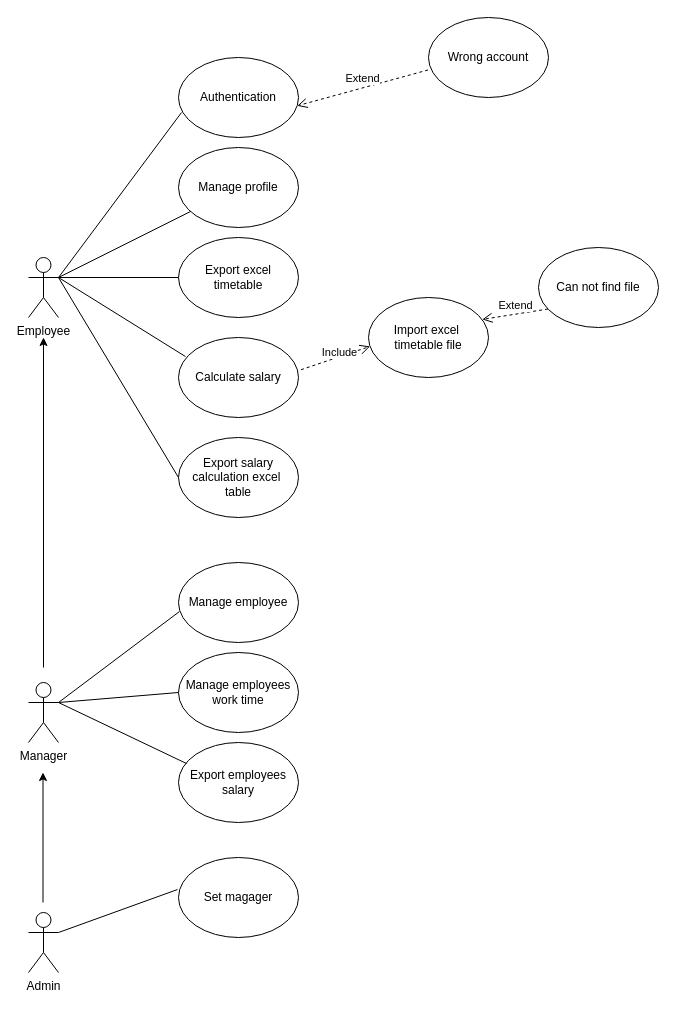
hakunhan/employee_management keeps this draw.io diagram as Diagram/Use Case Diagram.drawio. Above is the earlier version. Source tidied: cells renumbered, new cells numbered last; positions are measured from the earlier drawing's top-left corner, leaving out a move shared by most shapes. Both pictures are drawn from the tidied source at 100%, with x=0, y=0 at pixel (28, 17).
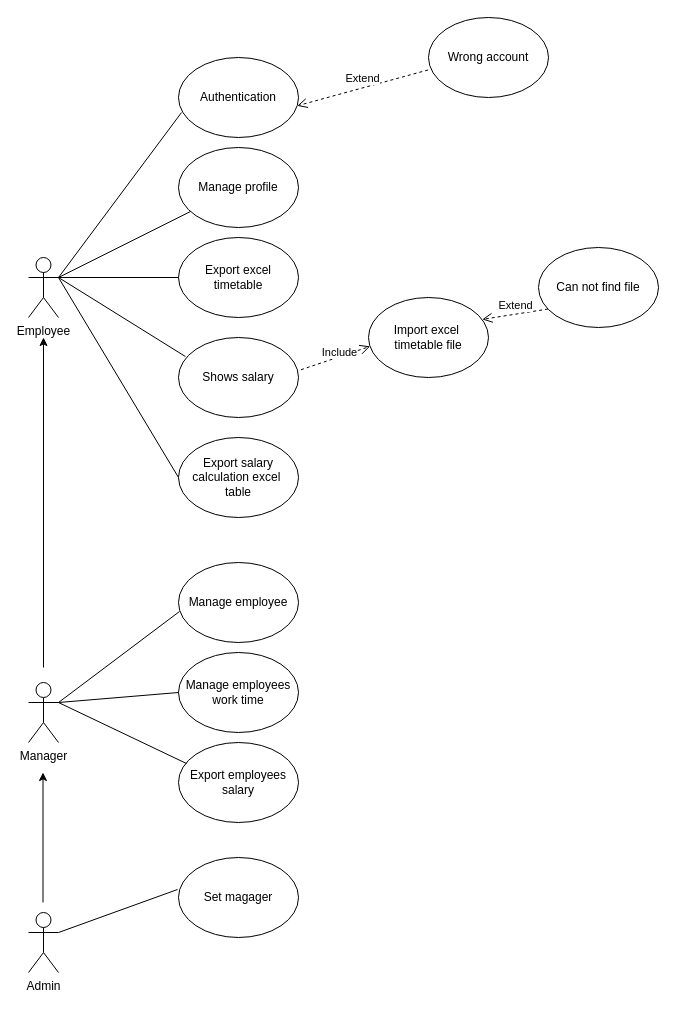
Above is the later version.

The edit, as a diff of the source:
```diff
@@
-    <mxCell id="8" value="Calculate salary" style="ellipse;whiteSpace=wrap;html=1;" parent="1" vertex="1">
+    <mxCell id="8" value="Shows salary" style="ellipse;whiteSpace=wrap;html=1;" parent="1" vertex="1">
       <mxGeometry x="150" y="320" width="120" height="80" as="geometry" />
     </mxCell>
```
